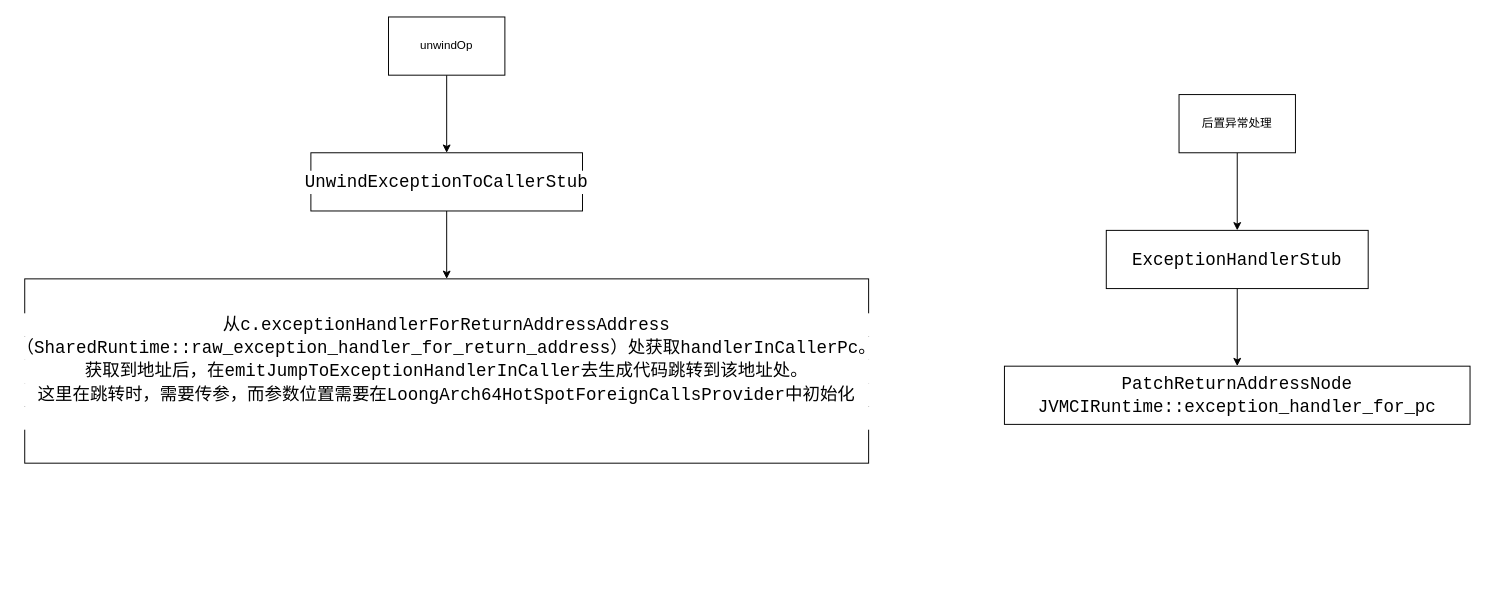
Earlier version of the draw.io diagram exception.drawio (f123888/Draw.IO). Source tidied: cells renumbered, new cells numbered last; positions are measured from the earlier drawing's top-left corner, leaving out a move shared by most shapes. Both pictures are drawn from the tidied source at 97%, with x=0, y=0 at pixel (24, 16).
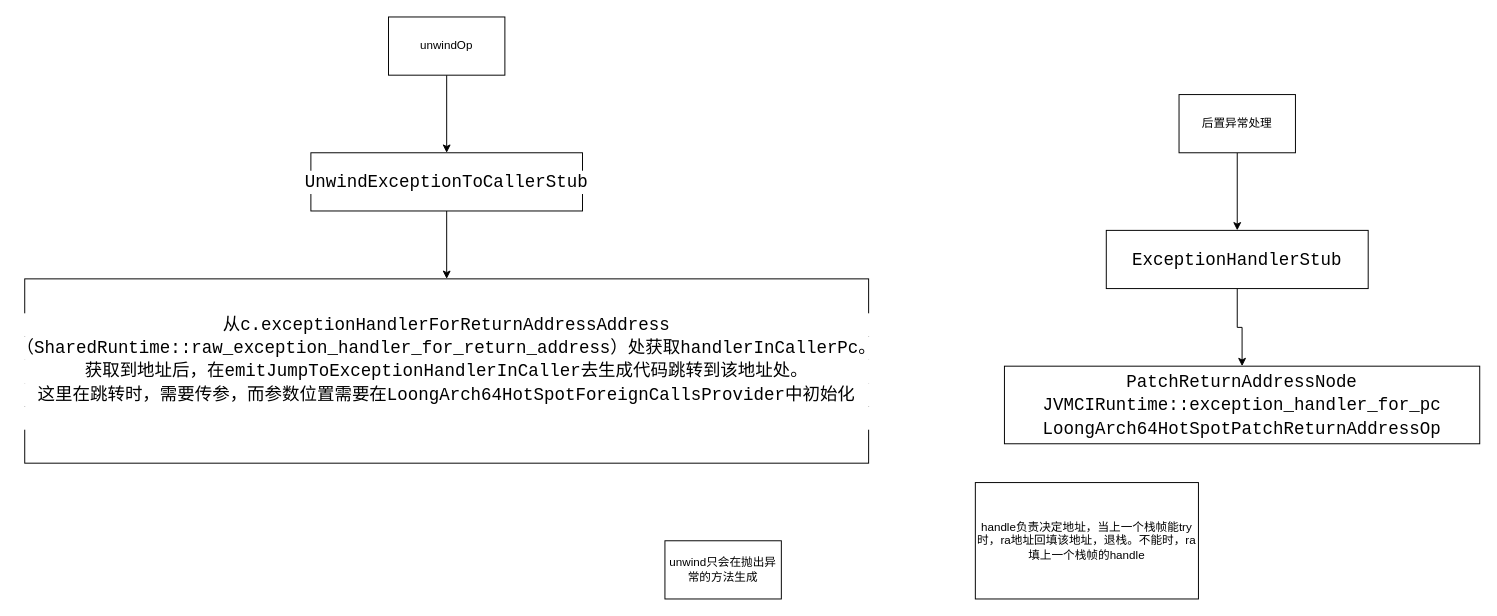
The same page after the edit.

What changed in the source:
```diff
@@
 <mxGraphModel>
   <root>
     <mxCell id="0" />
     <mxCell id="1" parent="0" />
     <mxCell id="2" style="edgeStyle=orthogonalEdgeStyle;rounded=0;jettySize=auto;html=1;" parent="1" edge="1" source="3" target="5">
       <mxGeometry relative="1" as="geometry" />
     </mxCell>
     <mxCell id="3" value="unwindOp" style="rounded=0;whiteSpace=wrap;html=1;" parent="1" vertex="1">
       <mxGeometry x="375" width="120" height="60" as="geometry" />
     </mxCell>
     <mxCell id="4" style="edgeStyle=orthogonalEdgeStyle;rounded=0;jettySize=auto;html=1;" parent="1" edge="1" source="5" target="6">
       <mxGeometry relative="1" as="geometry" />
     </mxCell>
     <mxCell id="5" value="&lt;div style=&quot;background-color: rgb(255, 255, 255); font-family: Consolas, &amp;quot;Courier New&amp;quot;, monospace; font-size: 18px; line-height: 24px; white-space: pre;&quot;&gt;UnwindExceptionToCallerStub&lt;/div&gt;" style="rounded=0;whiteSpace=wrap;html=1;" parent="1" vertex="1">
       <mxGeometry x="295" y="140" width="280" height="60" as="geometry" />
     </mxCell>
     <mxCell id="6" value="&lt;div style=&quot;background-color: rgb(255, 255, 255); font-family: Consolas, &amp;quot;Courier New&amp;quot;, monospace; font-size: 18px; line-height: 24px; white-space: pre;&quot;&gt;从&lt;span style=&quot;color: light-dark(rgb(0, 0, 0), rgb(255, 255, 255));&quot;&gt;c.exceptionHandlerForReturnAddressAddress&lt;/span&gt;&lt;/div&gt;&lt;div style=&quot;background-color: rgb(255, 255, 255); font-family: Consolas, &amp;quot;Courier New&amp;quot;, monospace; font-size: 18px; line-height: 24px; white-space: pre;&quot;&gt;&lt;span style=&quot;color: light-dark(rgb(0, 0, 0), rgb(255, 255, 255));&quot;&gt;（&lt;/span&gt;&lt;span style=&quot;color: light-dark(rgb(0, 0, 0), rgb(255, 255, 255));&quot;&gt;SharedRuntime::raw_exception_handler_for_return_address&lt;/span&gt;&lt;span style=&quot;color: light-dark(rgb(0, 0, 0), rgb(255, 255, 255));&quot;&gt;）处获取&lt;/span&gt;&lt;span style=&quot;color: light-dark(rgb(0, 0, 0), rgb(255, 255, 255));&quot;&gt;handlerInCallerPc。&lt;/span&gt;&lt;/div&gt;&lt;div style=&quot;background-color: rgb(255, 255, 255); font-family: Consolas, &amp;quot;Courier New&amp;quot;, monospace; font-size: 18px; line-height: 24px; white-space: pre;&quot;&gt;&lt;span style=&quot;color: light-dark(rgb(0, 0, 0), rgb(255, 255, 255));&quot;&gt;获取到地址后，在&lt;/span&gt;&lt;span style=&quot;color: light-dark(rgb(0, 0, 0), rgb(255, 255, 255));&quot;&gt;emitJumpToExceptionHandlerInCaller去生成代码跳转到该地址处。&lt;/span&gt;&lt;/div&gt;&lt;div style=&quot;background-color: rgb(255, 255, 255); font-family: Consolas, &amp;quot;Courier New&amp;quot;, monospace; font-size: 18px; line-height: 24px; white-space: pre;&quot;&gt;&lt;span style=&quot;color: light-dark(rgb(0, 0, 0), rgb(255, 255, 255));&quot;&gt;这里在跳转时，需要传参，而参数位置需要在&lt;/span&gt;&lt;span style=&quot;color: light-dark(rgb(0, 0, 0), rgb(255, 255, 255));&quot;&gt;LoongArch64HotSpotForeignCallsProvider中初始化&lt;/span&gt;&lt;/div&gt;&lt;div style=&quot;background-color: rgb(255, 255, 255); font-family: Consolas, &amp;quot;Courier New&amp;quot;, monospace; font-size: 18px; line-height: 24px; white-space: pre;&quot;&gt;&lt;span style=&quot;color: light-dark(rgb(0, 0, 0), rgb(255, 255, 255));&quot;&gt;&lt;br&gt;&lt;/span&gt;&lt;/div&gt;" style="rounded=0;whiteSpace=wrap;html=1;" parent="1" vertex="1">
       <mxGeometry y="270" width="870" height="190" as="geometry" />
     </mxCell>
     <mxCell id="7" style="edgeStyle=orthogonalEdgeStyle;rounded=0;jettySize=auto;html=1;" parent="1" edge="1" source="8" target="10">
       <mxGeometry relative="1" as="geometry" />
     </mxCell>
     <mxCell id="8" value="后置异常处理" style="rounded=0;whiteSpace=wrap;html=1;" parent="1" vertex="1">
       <mxGeometry x="1190" y="80" width="120" height="60" as="geometry" />
     </mxCell>
     <mxCell id="9" style="edgeStyle=orthogonalEdgeStyle;rounded=0;jettySize=auto;html=1;" parent="1" edge="1" source="10" target="11">
       <mxGeometry relative="1" as="geometry" />
     </mxCell>
     <mxCell id="10" value="&lt;div style=&quot;background-color: rgb(255, 255, 255); font-family: Consolas, &amp;quot;Courier New&amp;quot;, monospace; font-size: 18px; line-height: 24px; white-space: pre;&quot;&gt;ExceptionHandlerStub&lt;/div&gt;" style="whiteSpace=wrap;html=1;rounded=0;" parent="1" vertex="1">
       <mxGeometry x="1115" y="220" width="270" height="60" as="geometry" />
     </mxCell>
-    <mxCell id="11" value="&lt;div style=&quot;background-color: rgb(255, 255, 255); font-family: Consolas, &amp;quot;Courier New&amp;quot;, monospace; font-size: 18px; line-height: 24px; white-space: pre;&quot;&gt;PatchReturnAddressNode&lt;/div&gt;&lt;div style=&quot;background-color: rgb(255, 255, 255); font-family: Consolas, &amp;quot;Courier New&amp;quot;, monospace; font-size: 18px; line-height: 24px; white-space: pre;&quot;&gt;&lt;div style=&quot;line-height: 24px;&quot;&gt;JVMCIRuntime::exception_handler_for_pc&lt;/div&gt;&lt;/div&gt;" style="whiteSpace=wrap;html=1;rounded=0;" parent="1" vertex="1">
-      <mxGeometry x="1010" y="360" width="480" height="60" as="geometry" />
+    <mxCell id="11" value="&lt;div style=&quot;background-color: rgb(255, 255, 255); font-family: Consolas, &amp;quot;Courier New&amp;quot;, monospace; font-size: 18px; line-height: 24px; white-space: pre;&quot;&gt;PatchReturnAddressNode&lt;/div&gt;&lt;div style=&quot;background-color: rgb(255, 255, 255); font-family: Consolas, &amp;quot;Courier New&amp;quot;, monospace; font-size: 18px; line-height: 24px; white-space: pre;&quot;&gt;&lt;div style=&quot;line-height: 24px;&quot;&gt;JVMCIRuntime::exception_handler_for_pc&lt;/div&gt;&lt;div style=&quot;line-height: 24px;&quot;&gt;&lt;div style=&quot;line-height: 24px;&quot;&gt;LoongArch64HotSpotPatchReturnAddressOp&lt;/div&gt;&lt;/div&gt;&lt;/div&gt;" style="whiteSpace=wrap;html=1;rounded=0;" parent="1" vertex="1">
+      <mxGeometry x="1010" y="360" width="490" height="80" as="geometry" />
     </mxCell>
+    <mxCell id="12" value="handle负责决定地址，当上一个栈帧能try时，ra地址回填该地址，退栈。不能时，ra填上一个栈帧的handle" style="whiteSpace=wrap;html=1;" parent="1" vertex="1">
+      <mxGeometry x="980" y="480" width="230" height="120" as="geometry" />
+    </mxCell>
+    <mxCell id="13" value="unwind只会在抛出异常的方法生成" style="whiteSpace=wrap;html=1;" parent="1" vertex="1">
+      <mxGeometry x="660" y="540" width="120" height="60" as="geometry" />
+    </mxCell>
   </root>
 </mxGraphModel>
```
